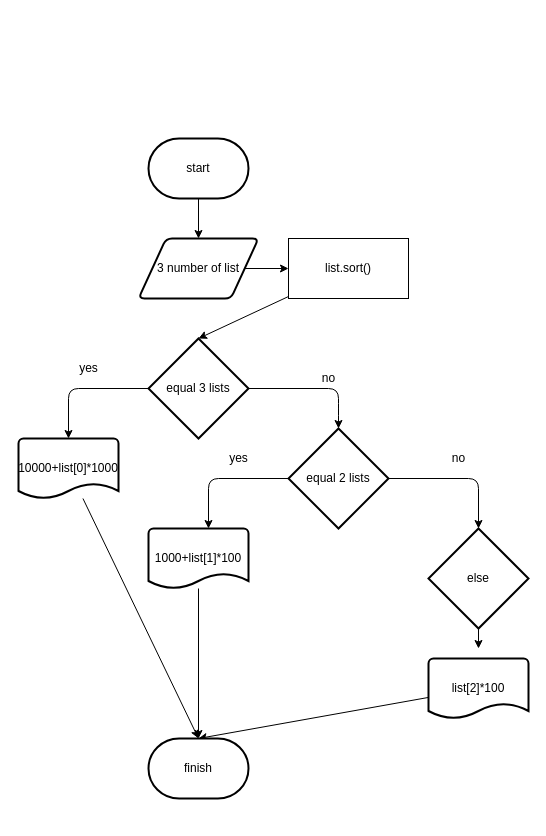
Above: stage/02_conditional/2480.drawio in Gyeongrok-Oh/boj (draw.io), before the change. Source tidied: cells renumbered, new cells numbered last; positions are measured from the earlier drawing's top-left corner, leaving out a move shared by most shapes. Both pictures are drawn from the tidied source at 100%, with x=0, y=0 at pixel (18, 138).
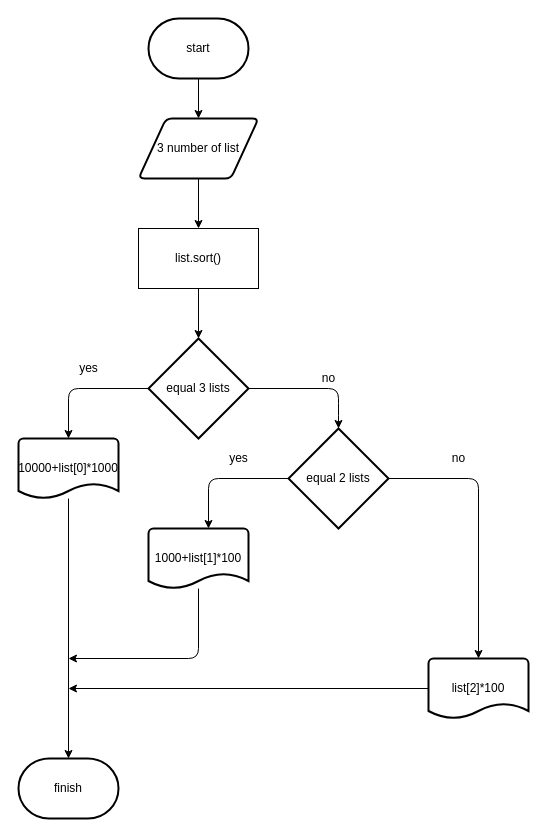
The same diagram, later.

The change refers to these unchanged cells:
```xml
<mxCell id="10" value="10000+list[0]*1000" style="strokeWidth=2;html=1;shape=mxgraph.flowchart.document2;whiteSpace=wrap;size=0.25;" parent="1" vertex="1">
  <mxGeometry y="300" width="100" height="60" as="geometry" />
</mxCell>
<mxCell id="13" value="equal 2 lists" style="strokeWidth=2;html=1;shape=mxgraph.flowchart.decision;whiteSpace=wrap;" parent="1" vertex="1">
  <mxGeometry x="270" y="290" width="100" height="100" as="geometry" />
</mxCell>
<mxCell id="15" value="1000+list[1]*100" style="strokeWidth=2;html=1;shape=mxgraph.flowchart.document2;whiteSpace=wrap;size=0.25;" parent="1" vertex="1">
  <mxGeometry x="130" y="390" width="100" height="60" as="geometry" />
</mxCell>
<mxCell id="19" value="list[2]*100" style="strokeWidth=2;html=1;shape=mxgraph.flowchart.document2;whiteSpace=wrap;size=0.25;" parent="1" vertex="1">
  <mxGeometry x="410" y="520" width="100" height="60" as="geometry" />
</mxCell>
```

The edit, as a diff of the source:
```diff
@@
     <mxCell id="2" style="edgeStyle=none;html=1;" parent="1" edge="1" source="3">
       <mxGeometry relative="1" as="geometry">
-        <mxPoint x="180" y="100" as="targetPoint" />
+        <mxPoint x="180" y="-20" as="targetPoint" />
       </mxGeometry>
     </mxCell>
     <mxCell id="3" value="start" style="strokeWidth=2;html=1;shape=mxgraph.flowchart.terminator;whiteSpace=wrap;" parent="1" vertex="1">
-      <mxGeometry x="130" width="100" height="60" as="geometry" />
+      <mxGeometry x="130" y="-120" width="100" height="60" as="geometry" />
     </mxCell>
-    <mxCell id="4" style="edgeStyle=none;html=1;entryX=0;entryY=0.5;entryDx=0;entryDy=0;" parent="1" edge="1" source="5" target="22">
+    <mxCell id="4" style="edgeStyle=orthogonalEdgeStyle;rounded=0;jettySize=auto;html=1;entryX=0.5;entryY=0;entryDx=0;entryDy=0;" parent="1" edge="1" source="5" target="22">
       <mxGeometry relative="1" as="geometry" />
     </mxCell>
     <mxCell id="5" value="&lt;span&gt;3 number of list&lt;/span&gt;" style="shape=parallelogram;html=1;strokeWidth=2;perimeter=parallelogramPerimeter;whiteSpace=wrap;rounded=1;arcSize=12;size=0.23;" parent="1" vertex="1">
-      <mxGeometry x="120" y="100" width="120" height="60" as="geometry" />
+      <mxGeometry x="120" y="-20" width="120" height="60" as="geometry" />
     </mxCell>
@@
-    <mxCell id="9" style="edgeStyle=none;html=1;" parent="1" edge="1" source="10">
-      <mxGeometry relative="1" as="geometry">
-        <mxPoint x="180" y="600" as="targetPoint" />
-      </mxGeometry>
+    <mxCell id="9" style="edgeStyle=none;html=1;entryX=0.5;entryY=0;entryDx=0;entryDy=0;entryPerimeter=0;" parent="1" edge="1" source="10" target="20">
+      <mxGeometry relative="1" as="geometry" />
     </mxCell>
@@
-    <mxCell id="12" style="edgeStyle=none;html=1;" parent="1" edge="1" source="13">
+    <mxCell id="12" style="edgeStyle=none;html=1;entryX=0.5;entryY=0;entryDx=0;entryDy=0;entryPerimeter=0;" parent="1" edge="1" source="13" target="19">
       <mxGeometry relative="1" as="geometry">
-        <mxPoint x="460" y="390" as="targetPoint" />
         <Array as="points">
           <mxPoint x="460" y="340" />
         </Array>
       </mxGeometry>
     </mxCell>
@@
-    <mxCell id="14" style="edgeStyle=none;html=1;entryX=0.5;entryY=0;entryDx=0;entryDy=0;entryPerimeter=0;" parent="1" edge="1" source="15" target="20">
-      <mxGeometry relative="1" as="geometry" />
+    <mxCell id="14" style="edgeStyle=none;html=1;" parent="1" edge="1" source="15">
+      <mxGeometry relative="1" as="geometry">
+        <mxPoint x="50" y="520" as="targetPoint" />
+        <Array as="points">
+          <mxPoint x="180" y="520" />
+        </Array>
+      </mxGeometry>
     </mxCell>
@@
-    <mxCell id="16" style="edgeStyle=none;html=1;" parent="1" edge="1" source="17">
-      <mxGeometry relative="1" as="geometry">
-        <mxPoint x="460" y="510" as="targetPoint" />
-      </mxGeometry>
-    </mxCell>
-    <mxCell id="17" value="else" style="strokeWidth=2;html=1;shape=mxgraph.flowchart.decision;whiteSpace=wrap;" parent="1" vertex="1">
-      <mxGeometry x="410" y="390" width="100" height="100" as="geometry" />
-    </mxCell>
-    <mxCell id="18" style="edgeStyle=none;html=1;entryX=0.5;entryY=0;entryDx=0;entryDy=0;entryPerimeter=0;" parent="1" edge="1" source="19" target="20">
-      <mxGeometry relative="1" as="geometry" />
+    <mxCell id="18" style="edgeStyle=none;html=1;" parent="1" edge="1" source="19">
+      <mxGeometry relative="1" as="geometry">
+        <mxPoint x="50" y="550" as="targetPoint" />
+      </mxGeometry>
     </mxCell>
@@
     <mxCell id="20" value="finish" style="strokeWidth=2;html=1;shape=mxgraph.flowchart.terminator;whiteSpace=wrap;" parent="1" vertex="1">
-      <mxGeometry x="130" y="600" width="100" height="60" as="geometry" />
+      <mxGeometry y="620" width="100" height="60" as="geometry" />
     </mxCell>
@@
     <mxCell id="22" value="list.sort()" style="rounded=0;whiteSpace=wrap;html=1;" parent="1" vertex="1">
-      <mxGeometry x="270" y="100" width="120" height="60" as="geometry" />
+      <mxGeometry x="120" y="90" width="120" height="60" as="geometry" />
     </mxCell>
```
